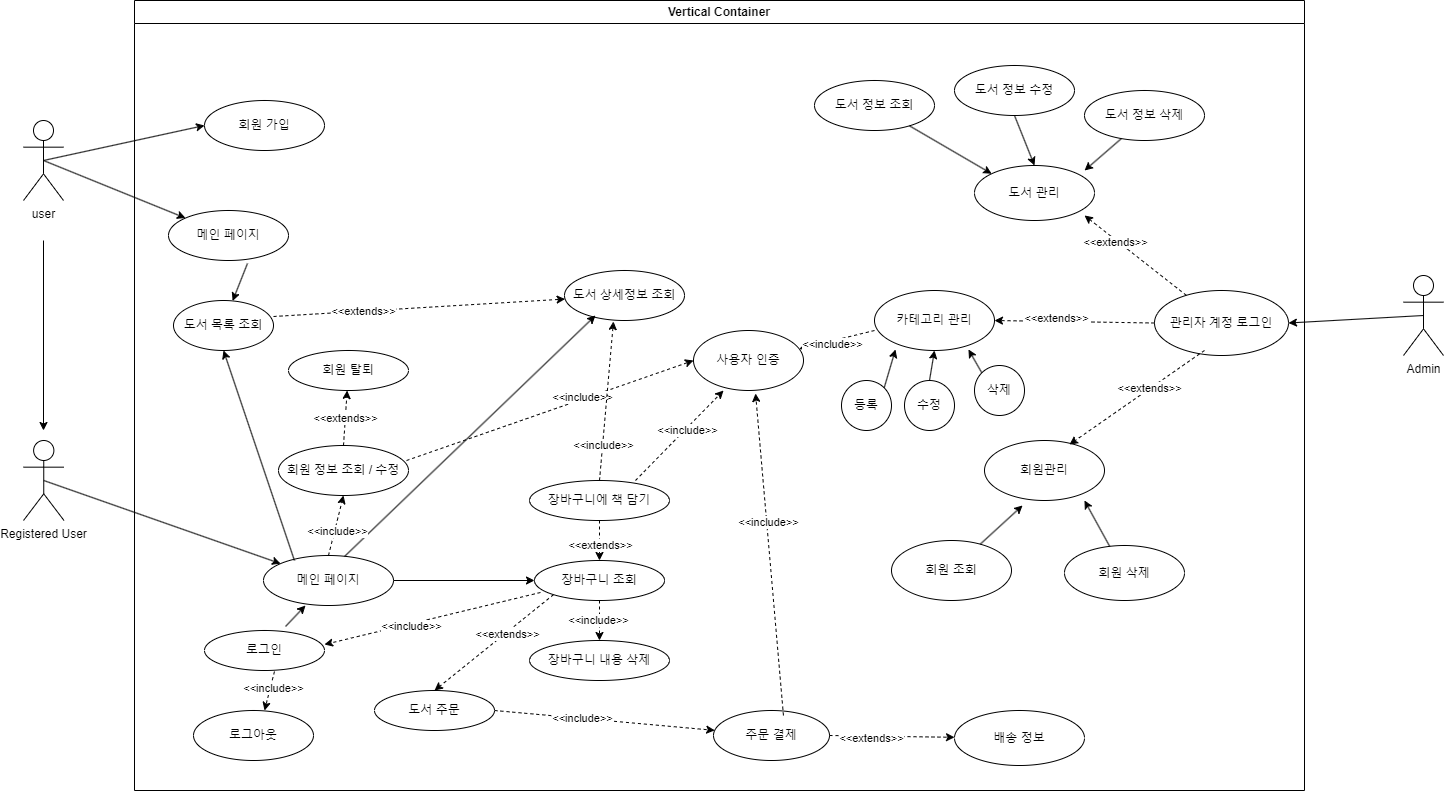
Above: src/온라인 서점 use-case2.png in junHyeokP/BookMarket (draw.io), before the change. Source tidied: cells renumbered, new cells last; positions are measured from the earlier drawing's top-left corner, leaving out a move shared by most shapes.
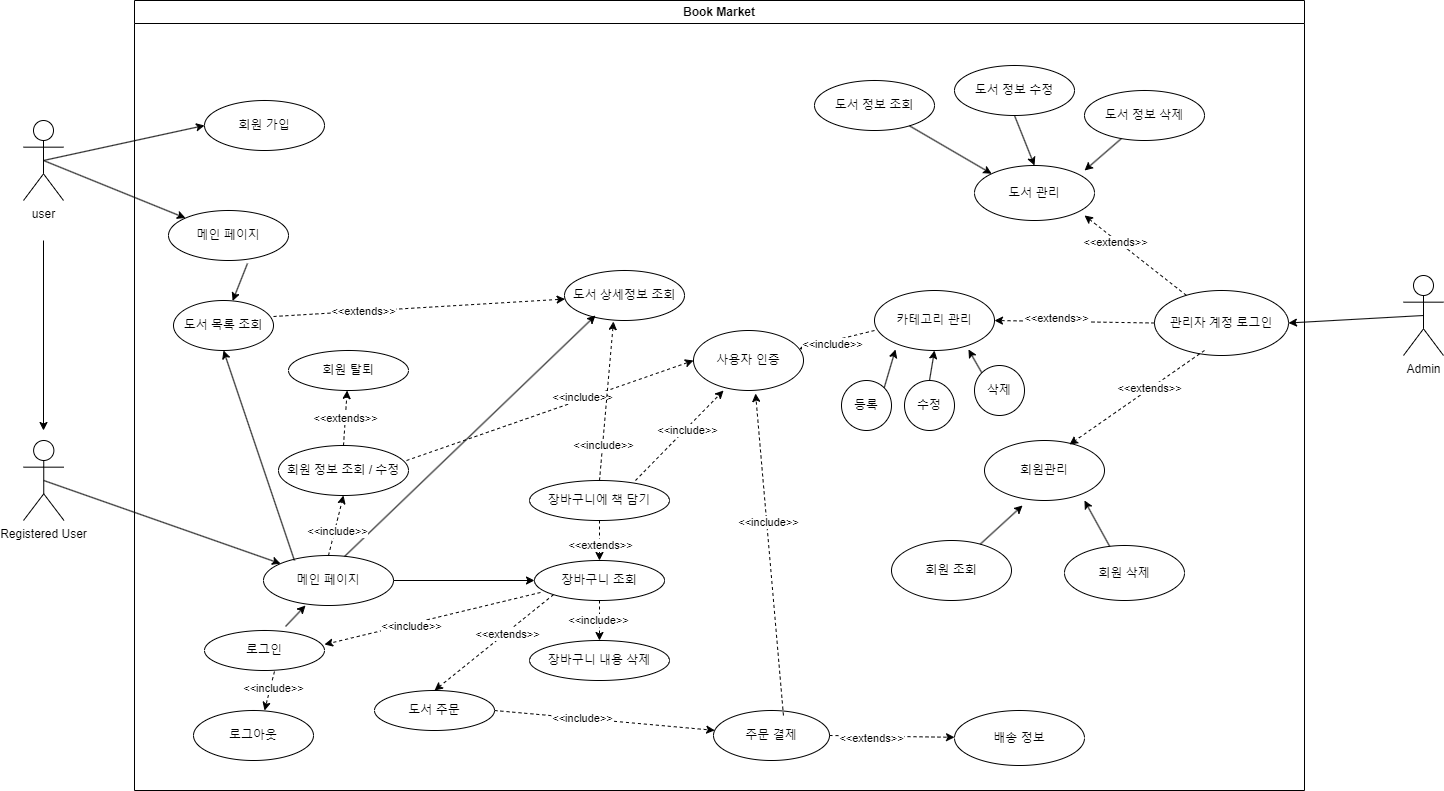
Later version of the same file.

Commit message:
온라인 서점 use-case2.png 업데이트

The edit, as a diff of the source:
```diff
@@ -14,7 +14,7 @@
     <mxCell id="5" value="Admin" style="shape=umlActor;verticalLabelPosition=bottom;verticalAlign=top;html=1;outlineConnect=0;" parent="1" vertex="1">
       <mxGeometry x="1380" y="275" width="40" height="80" as="geometry" />
     </mxCell>
-    <mxCell id="6" value="Vertical Container" style="swimlane;whiteSpace=wrap;html=1;" parent="1" vertex="1">
+    <mxCell id="6" value="Book Market" style="swimlane;whiteSpace=wrap;html=1;" parent="1" vertex="1">
       <mxGeometry x="111" width="1170" height="790" as="geometry" />
     </mxCell>
     <mxCell id="7" value="회원 가입" style="ellipse;whiteSpace=wrap;html=1;" parent="6" vertex="1">
```
